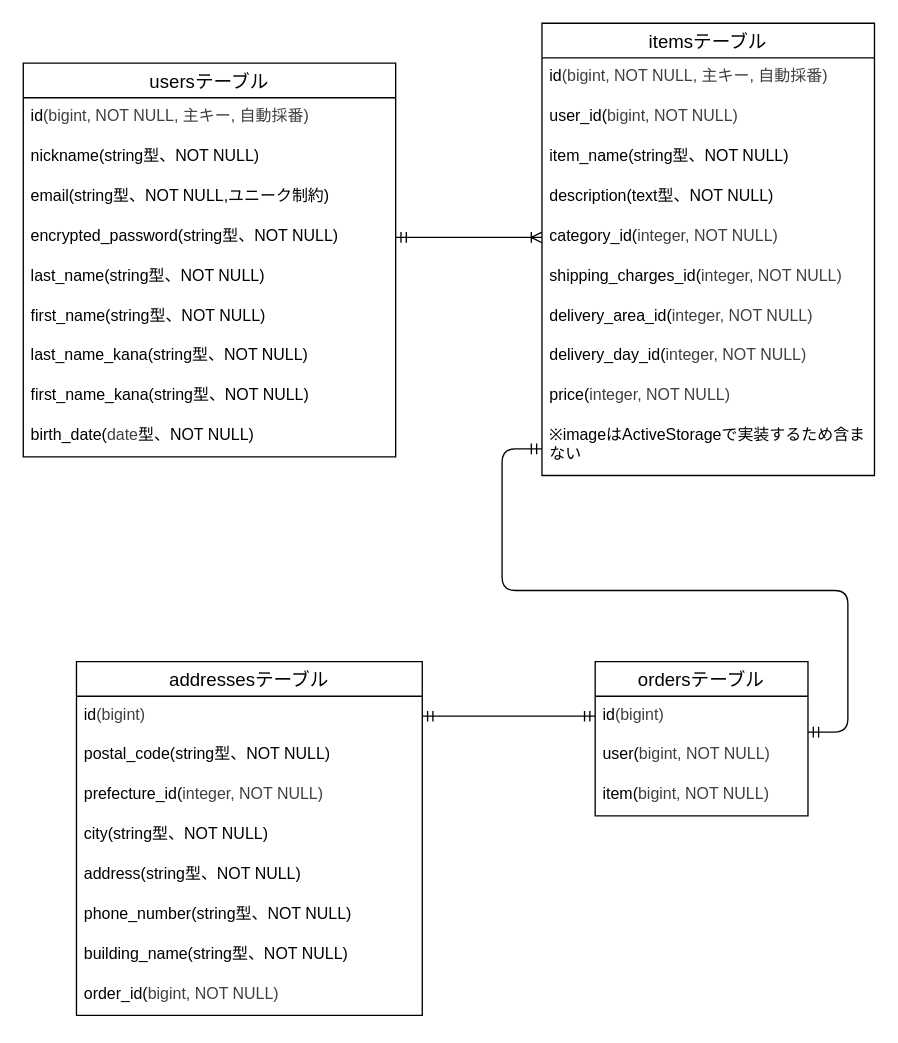
This is frima.dio from hamaaaaaaaa/furima-45741, a draw.io file, before an edit. Source tidied: cells renumbered, new cells numbered last; positions are measured from the earlier drawing's top-left corner, leaving out a move shared by most shapes. Both pictures are drawn from the tidied source at 133%, with x=0, y=0 at pixel (23, 23).
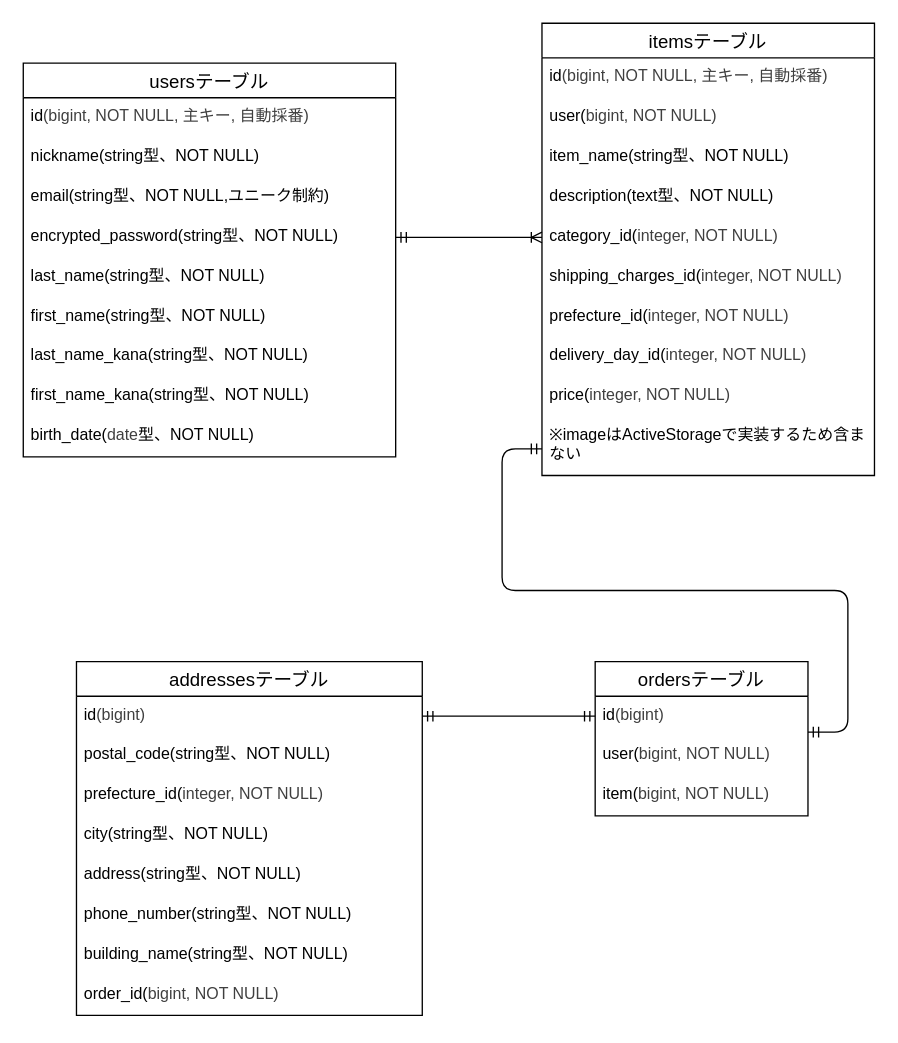
The same page after the edit.

Unchanged cells that the change refers to:
```xml
<mxCell id="16" value="itemsテーブル" style="swimlane;fontStyle=0;horizontal=1;startSize=26;align=center;fontSize=14;" parent="1" vertex="1">
  <mxGeometry x="390" width="250" height="340" as="geometry" />
</mxCell>
```

What changed in the source:
```diff
@@
-    <mxCell id="18" value="user_id(&lt;span style=&quot;color: rgb(63, 63, 63); background-color: transparent;&quot;&gt;bigint, NOT NULL)&lt;/span&gt;&lt;span style=&quot;color: rgb(63, 63, 63); background-color: transparent;&quot; class=&quot;Apple-converted-space&quot;&gt;&amp;nbsp;&lt;/span&gt;" style="text;strokeColor=none;fillColor=none;spacingLeft=4;spacingRight=4;overflow=hidden;fontSize=12;whiteSpace=wrap;html=1;" parent="16" vertex="1">
+    <mxCell id="18" value="user(&lt;span style=&quot;color: rgb(63, 63, 63); background-color: transparent;&quot;&gt;bigint, NOT NULL)&lt;/span&gt;&lt;span style=&quot;color: rgb(63, 63, 63); background-color: transparent;&quot; class=&quot;Apple-converted-space&quot;&gt;&amp;nbsp;&lt;/span&gt;" style="text;strokeColor=none;fillColor=none;spacingLeft=4;spacingRight=4;overflow=hidden;fontSize=12;whiteSpace=wrap;html=1;" parent="16" vertex="1">
       <mxGeometry y="56" width="250" height="30" as="geometry" />
     </mxCell>
@@
-    <mxCell id="23" value="delivery_area_id&lt;span style=&quot;scrollbar-color: rgb(226, 226, 226) rgb(251, 251, 251); color: rgb(0, 0, 0);&quot;&gt;(&lt;/span&gt;&lt;span style=&quot;scrollbar-color: rgb(226, 226, 226) rgb(251, 251, 251); background-color: transparent; color: rgb(63, 63, 63);&quot;&gt;integer, NOT NULL)&lt;/span&gt;" style="text;strokeColor=none;fillColor=none;spacingLeft=4;spacingRight=4;overflow=hidden;fontSize=12;whiteSpace=wrap;html=1;" parent="16" vertex="1">
+    <mxCell id="23" value="&lt;span style=&quot;color: rgb(0, 0, 0);&quot;&gt;prefecture_id&lt;/span&gt;&lt;span style=&quot;scrollbar-color: rgb(226, 226, 226) rgb(251, 251, 251); color: rgb(0, 0, 0);&quot;&gt;(&lt;/span&gt;&lt;span style=&quot;scrollbar-color: rgb(226, 226, 226) rgb(251, 251, 251); background-color: transparent; color: rgb(63, 63, 63);&quot;&gt;integer, NOT NULL)&lt;/span&gt;" style="text;strokeColor=none;fillColor=none;spacingLeft=4;spacingRight=4;overflow=hidden;fontSize=12;whiteSpace=wrap;html=1;" parent="16" vertex="1">
       <mxGeometry y="206" width="250" height="30" as="geometry" />
     </mxCell>
```
